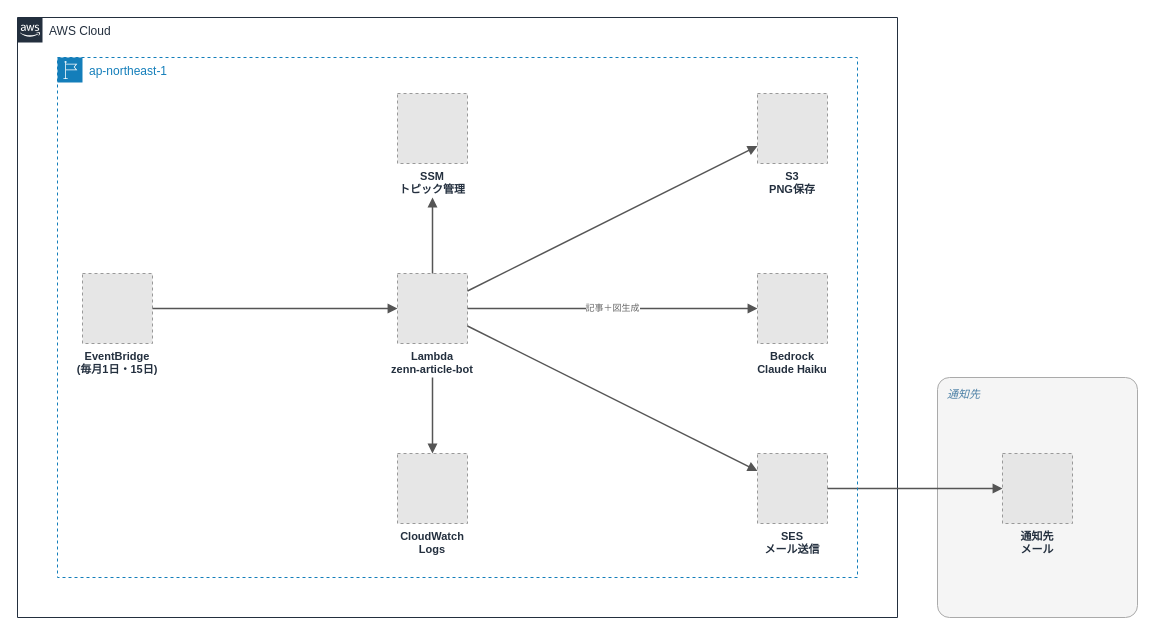
Zer0-1179/Zer0-public keeps this draw.io diagram as 002_zenn-article-bot/images/002_architecture.drawio. Above is the earlier version. Source tidied: cells renumbered, new cells numbered last; positions are measured from the earlier drawing's top-left corner, leaving out a move shared by most shapes. Both pictures are drawn from the tidied source at 100%, with x=0, y=0 at pixel (17, 17). Pictures stored in the file or linked from it are replaced by grey dashed boxes.
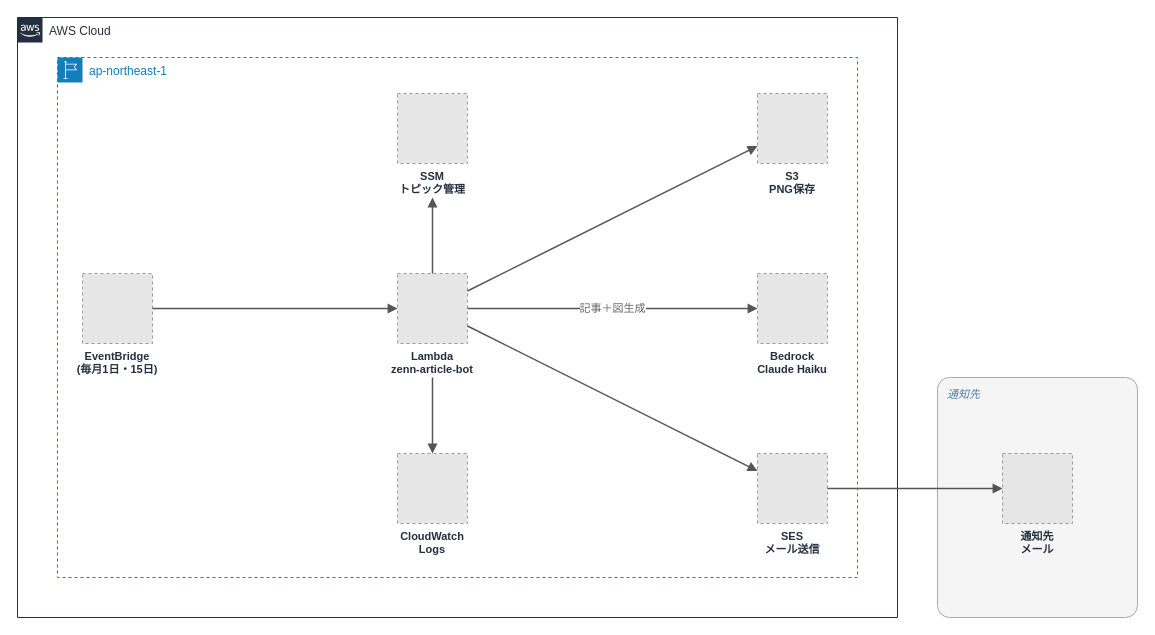
The same diagram, later.

The change refers to these unchanged cells:
```xml
<mxCell id="5" value="Lambda&#10;zenn-article-bot" style="fillColor=#E6E6E6;strokeColor=#999999;dashed=1;verticalLabelPosition=bottom;verticalAlign=top;labelBackgroundColor=none;fontSize=11;fontStyle=1;fontColor=#232F3E;" parent="1" vertex="1">
  <mxGeometry x="380" y="256" width="70" height="70" as="geometry" />
</mxCell>
<mxCell id="6" value="Bedrock&#10;Claude Haiku" style="fillColor=#E6E6E6;strokeColor=#999999;dashed=1;verticalLabelPosition=bottom;verticalAlign=top;labelBackgroundColor=none;fontSize=11;fontStyle=1;fontColor=#232F3E;" parent="1" vertex="1">
  <mxGeometry x="740" y="256" width="70" height="70" as="geometry" />
</mxCell>
```

The edit, as a diff of the source:
```diff
@@
-    <mxCell id="13" value="記事＋図生成" style="endArrow=block;html=1;rounded=0;edgeStyle=none;strokeColor=#555555;strokeWidth=1.5;fontSize=9;fontColor=#666666;labelBackgroundColor=#FFFFFF;" parent="1" edge="1" source="5" target="6">
+    <mxCell id="13" value="&lt;font style=&quot;font-size: 11px;&quot;&gt;記事＋図生成&lt;/font&gt;" style="endArrow=block;html=1;rounded=0;edgeStyle=none;strokeColor=#555555;strokeWidth=1.5;fontSize=9;fontColor=#666666;labelBackgroundColor=#FFFFFF;" parent="1" edge="1" source="5" target="6">
       <mxGeometry relative="1" as="geometry" />
     </mxCell>
```
